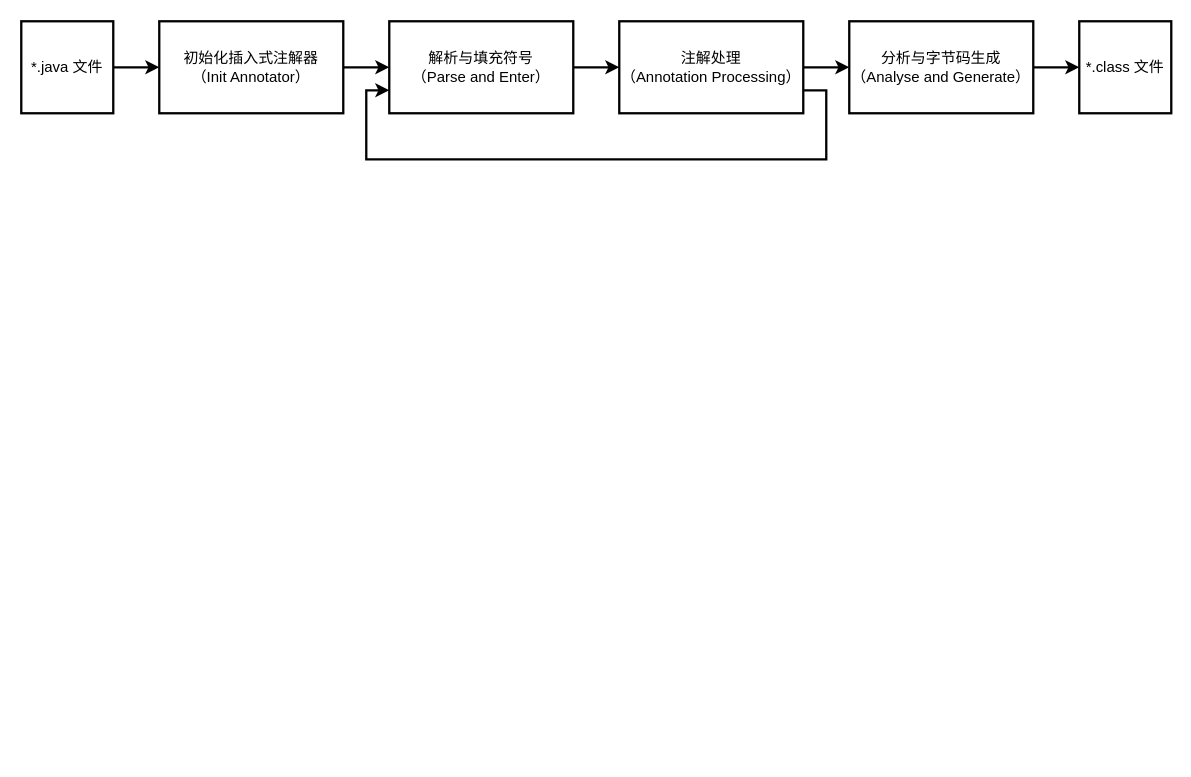
Before: javac 的编译过程/javac 的编译过程.drawio in zero-97/picture-of-the-article, a draw.io diagram. Source tidied: cells renumbered, new cells numbered last; positions are measured from the earlier drawing's top-left corner, leaving out a move shared by most shapes. Both pictures are drawn from the tidied source at 115%, with x=0, y=0 at pixel (21, 21).
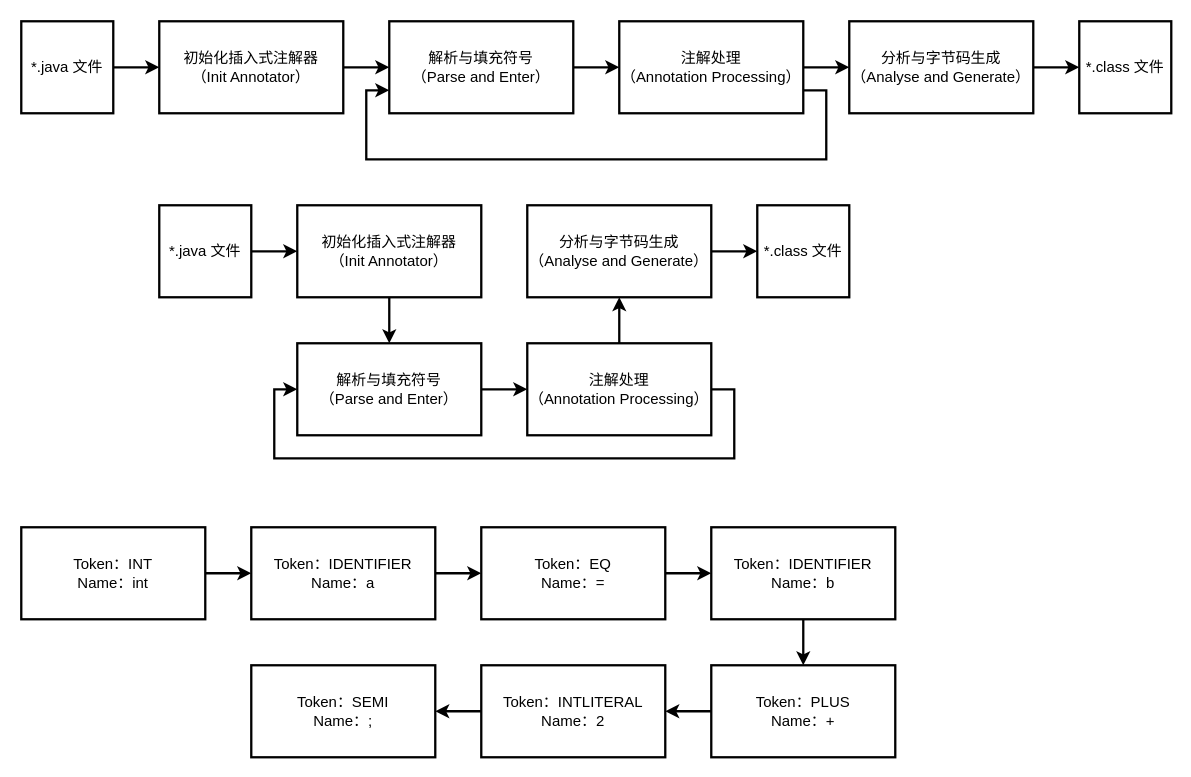
The same diagram, later.

Commit message:
Update javac 的编译过程.drawio

Change to the diagram source:
```diff
@@
+    <mxCell id="14" style="edgeStyle=orthogonalEdgeStyle;rounded=0;jettySize=auto;html=1;fontSize=13;strokeWidth=2;" parent="1" edge="1" source="15" target="17">
+      <mxGeometry relative="1" as="geometry" />
+    </mxCell>
+    <mxCell id="15" value="*.java 文件" style="rounded=0;whiteSpace=wrap;html=1;fontSize=13;strokeWidth=2;" parent="1" vertex="1">
+      <mxGeometry x="120" y="160" width="80" height="80" as="geometry" />
+    </mxCell>
+    <mxCell id="16" style="edgeStyle=orthogonalEdgeStyle;rounded=0;jettySize=auto;html=1;fontSize=13;strokeWidth=2;" parent="1" edge="1" source="17" target="19">
+      <mxGeometry relative="1" as="geometry" />
+    </mxCell>
+    <mxCell id="17" value="初始化插入式注解器&lt;br&gt;（Init Annotator）" style="rounded=0;whiteSpace=wrap;html=1;fontSize=13;strokeWidth=2;" parent="1" vertex="1">
+      <mxGeometry x="240" y="160" width="160" height="80" as="geometry" />
+    </mxCell>
+    <mxCell id="18" style="edgeStyle=orthogonalEdgeStyle;rounded=0;jettySize=auto;html=1;fontSize=13;strokeWidth=2;" parent="1" edge="1" source="19" target="22">
+      <mxGeometry relative="1" as="geometry" />
+    </mxCell>
+    <mxCell id="19" value="解析与填充符号&lt;br style=&quot;font-size: 13px;&quot;&gt;（Parse and Enter）" style="rounded=0;whiteSpace=wrap;html=1;fontSize=13;strokeWidth=2;" parent="1" vertex="1">
+      <mxGeometry x="240" y="280" width="160" height="80" as="geometry" />
+    </mxCell>
+    <mxCell id="20" style="edgeStyle=orthogonalEdgeStyle;rounded=0;jettySize=auto;html=1;fontSize=13;strokeWidth=2;" parent="1" edge="1" source="22" target="24">
+      <mxGeometry relative="1" as="geometry" />
+    </mxCell>
+    <mxCell id="21" style="edgeStyle=orthogonalEdgeStyle;rounded=0;jettySize=auto;html=1;entryX=0;entryY=0.5;entryDx=0;entryDy=0;fontSize=13;strokeWidth=2;" parent="1" edge="1" source="22" target="19">
+      <mxGeometry relative="1" as="geometry">
+        <Array as="points">
+          <mxPoint x="620" y="320" />
+          <mxPoint x="620" y="380" />
+          <mxPoint x="220" y="380" />
+          <mxPoint x="220" y="320" />
+        </Array>
+      </mxGeometry>
+    </mxCell>
+    <mxCell id="22" value="注解处理&lt;br style=&quot;font-size: 13px;&quot;&gt;（Annotation Processing）" style="rounded=0;whiteSpace=wrap;html=1;fontSize=13;strokeWidth=2;" parent="1" vertex="1">
+      <mxGeometry x="440" y="280" width="160" height="80" as="geometry" />
+    </mxCell>
+    <mxCell id="23" style="edgeStyle=orthogonalEdgeStyle;rounded=0;jettySize=auto;html=1;fontSize=13;strokeWidth=2;" parent="1" edge="1" source="24" target="25">
+      <mxGeometry relative="1" as="geometry" />
+    </mxCell>
+    <mxCell id="24" value="分析与字节码生成&lt;br style=&quot;font-size: 13px;&quot;&gt;（Analyse and Generate）" style="rounded=0;whiteSpace=wrap;html=1;fontSize=13;strokeWidth=2;" parent="1" vertex="1">
+      <mxGeometry x="440" y="160" width="160" height="80" as="geometry" />
+    </mxCell>
+    <mxCell id="25" value="*.class 文件" style="rounded=0;whiteSpace=wrap;html=1;fontSize=13;strokeWidth=2;" parent="1" vertex="1">
+      <mxGeometry x="640" y="160" width="80" height="80" as="geometry" />
+    </mxCell>
+    <mxCell id="26" style="edgeStyle=orthogonalEdgeStyle;rounded=0;jettySize=auto;html=1;fontSize=13;strokeWidth=2;" parent="1" edge="1" source="27" target="29">
+      <mxGeometry relative="1" as="geometry" />
+    </mxCell>
+    <mxCell id="27" value="Token：INT&lt;br&gt;Name：int" style="rounded=0;whiteSpace=wrap;html=1;fontSize=13;strokeWidth=2;" parent="1" vertex="1">
+      <mxGeometry y="440" width="160" height="80" as="geometry" />
+    </mxCell>
+    <mxCell id="28" style="edgeStyle=orthogonalEdgeStyle;rounded=0;jettySize=auto;html=1;fontSize=13;strokeWidth=2;" parent="1" edge="1" source="29" target="31">
+      <mxGeometry relative="1" as="geometry" />
+    </mxCell>
+    <mxCell id="29" value="Token：IDENTIFIER&lt;br&gt;Name：a" style="rounded=0;whiteSpace=wrap;html=1;fontSize=13;strokeWidth=2;" parent="1" vertex="1">
+      <mxGeometry x="200" y="440" width="160" height="80" as="geometry" />
+    </mxCell>
+    <mxCell id="30" style="edgeStyle=orthogonalEdgeStyle;rounded=0;jettySize=auto;html=1;fontSize=13;strokeWidth=2;" parent="1" edge="1" source="31" target="33">
+      <mxGeometry relative="1" as="geometry" />
+    </mxCell>
+    <mxCell id="31" value="Token：EQ&lt;br&gt;Name：=" style="rounded=0;whiteSpace=wrap;html=1;fontSize=13;strokeWidth=2;" parent="1" vertex="1">
+      <mxGeometry x="400" y="440" width="160" height="80" as="geometry" />
+    </mxCell>
+    <mxCell id="32" style="edgeStyle=orthogonalEdgeStyle;rounded=0;jettySize=auto;html=1;fontSize=13;strokeWidth=2;" parent="1" edge="1" source="33" target="35">
+      <mxGeometry relative="1" as="geometry" />
+    </mxCell>
+    <mxCell id="33" value="Token：IDENTIFIER&lt;br&gt;Name：b" style="rounded=0;whiteSpace=wrap;html=1;fontSize=13;strokeWidth=2;" parent="1" vertex="1">
+      <mxGeometry x="600" y="440" width="160" height="80" as="geometry" />
+    </mxCell>
+    <mxCell id="34" style="edgeStyle=orthogonalEdgeStyle;rounded=0;jettySize=auto;html=1;fontSize=13;strokeWidth=2;" parent="1" edge="1" source="35" target="37">
+      <mxGeometry relative="1" as="geometry" />
+    </mxCell>
+    <mxCell id="35" value="Token：PLUS&lt;br&gt;Name：+" style="rounded=0;whiteSpace=wrap;html=1;fontSize=13;strokeWidth=2;" parent="1" vertex="1">
+      <mxGeometry x="600" y="560" width="160" height="80" as="geometry" />
+    </mxCell>
+    <mxCell id="36" style="edgeStyle=orthogonalEdgeStyle;rounded=0;jettySize=auto;html=1;fontSize=13;strokeWidth=2;" parent="1" edge="1" source="37" target="38">
+      <mxGeometry relative="1" as="geometry" />
+    </mxCell>
+    <mxCell id="37" value="Token：INTLITERAL&lt;br&gt;Name：2" style="rounded=0;whiteSpace=wrap;html=1;fontSize=13;strokeWidth=2;" parent="1" vertex="1">
+      <mxGeometry x="400" y="560" width="160" height="80" as="geometry" />
+    </mxCell>
+    <mxCell id="38" value="Token：SEMI&lt;br&gt;Name：;" style="rounded=0;whiteSpace=wrap;html=1;fontSize=13;strokeWidth=2;" parent="1" vertex="1">
+      <mxGeometry x="200" y="560" width="160" height="80" as="geometry" />
+    </mxCell>
```
